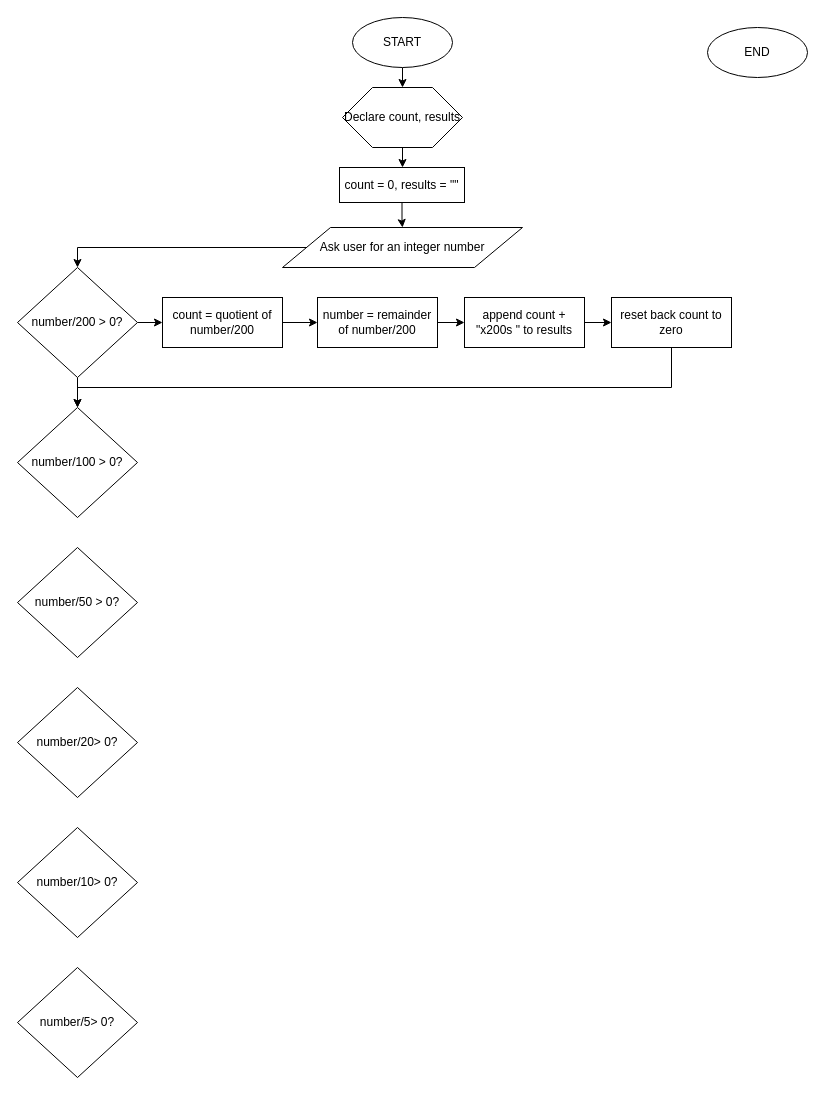
Earlier version of the draw.io diagram Untitled Diagram.drawio (jestoy0514/JestoyProjects). Source tidied: cells renumbered, new cells numbered last; positions are measured from the earlier drawing's top-left corner, leaving out a move shared by most shapes. Both pictures are drawn from the tidied source at 100%, with x=0, y=0 at pixel (17, 17).
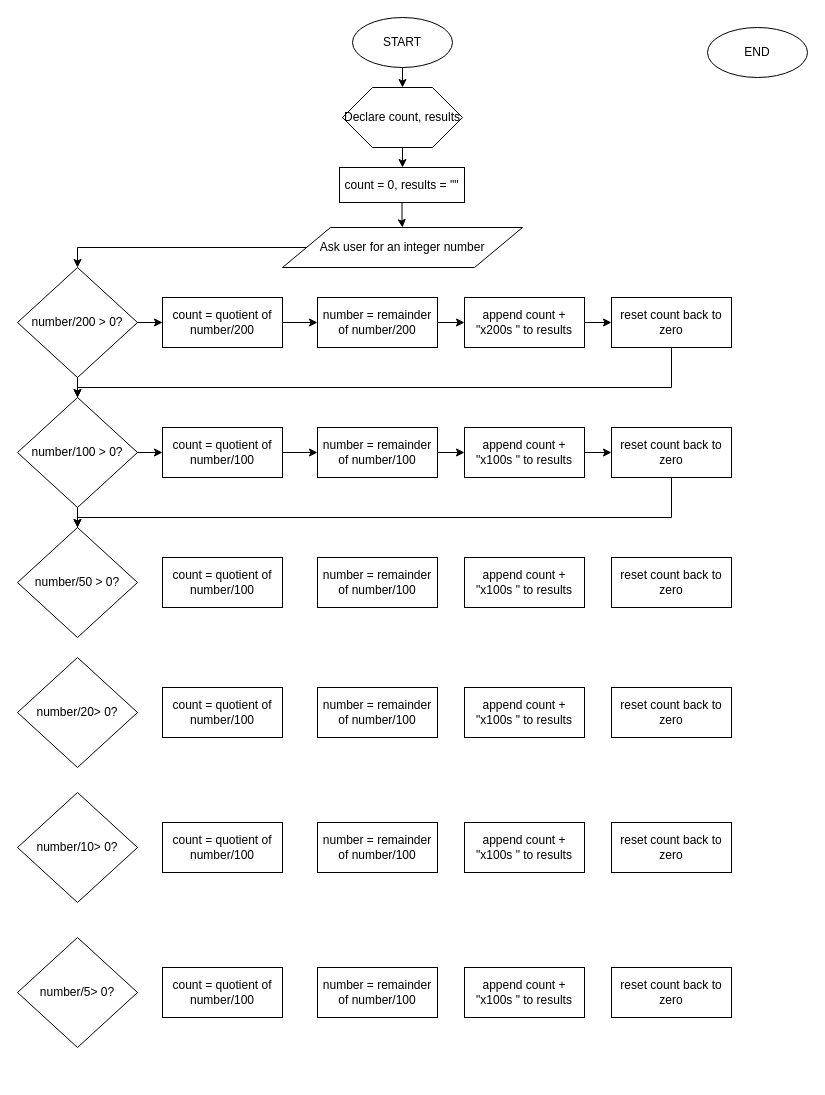
After the change.

The edit, as a diff of the source:
```diff
@@
+    <mxCell id="27" style="edgeStyle=orthogonalEdgeStyle;rounded=0;jettySize=auto;html=1;entryX=0;entryY=0.5;entryDx=0;entryDy=0;" parent="1" edge="1" source="14" target="30">
+      <mxGeometry relative="1" as="geometry" />
+    </mxCell>
+    <mxCell id="28" style="edgeStyle=orthogonalEdgeStyle;rounded=0;jettySize=auto;html=1;entryX=0.5;entryY=0;entryDx=0;entryDy=0;" parent="1" edge="1" source="14" target="15">
+      <mxGeometry relative="1" as="geometry" />
+    </mxCell>
     <mxCell id="14" value="number/100 &amp;gt; 0?" style="rhombus;whiteSpace=wrap;html=1;" parent="1" vertex="1">
-      <mxGeometry y="390" width="120" height="110" as="geometry" />
+      <mxGeometry y="380" width="120" height="110" as="geometry" />
     </mxCell>
     <mxCell id="15" value="number/50 &amp;gt; 0?" style="rhombus;whiteSpace=wrap;html=1;" parent="1" vertex="1">
-      <mxGeometry y="530" width="120" height="110" as="geometry" />
+      <mxGeometry y="510" width="120" height="110" as="geometry" />
     </mxCell>
     <mxCell id="16" value="number/20&amp;gt; 0?" style="rhombus;whiteSpace=wrap;html=1;" parent="1" vertex="1">
-      <mxGeometry y="670" width="120" height="110" as="geometry" />
+      <mxGeometry y="640" width="120" height="110" as="geometry" />
     </mxCell>
     <mxCell id="17" value="number/10&amp;gt; 0?" style="rhombus;whiteSpace=wrap;html=1;" parent="1" vertex="1">
-      <mxGeometry y="810" width="120" height="110" as="geometry" />
+      <mxGeometry y="775" width="120" height="110" as="geometry" />
     </mxCell>
     <mxCell id="18" value="number/5&amp;gt; 0?" style="rhombus;whiteSpace=wrap;html=1;" parent="1" vertex="1">
-      <mxGeometry y="950" width="120" height="110" as="geometry" />
+      <mxGeometry y="920" width="120" height="110" as="geometry" />
     </mxCell>
@@
-    <mxCell id="26" value="reset back count to zero" style="rounded=0;whiteSpace=wrap;html=1;" parent="1" vertex="1">
+    <mxCell id="26" value="reset count back to zero" style="rounded=0;whiteSpace=wrap;html=1;" parent="1" vertex="1">
       <mxGeometry x="594" y="280" width="120" height="50" as="geometry" />
     </mxCell>
+    <mxCell id="29" style="edgeStyle=orthogonalEdgeStyle;rounded=0;jettySize=auto;html=1;entryX=0;entryY=0.5;entryDx=0;entryDy=0;" parent="1" edge="1" source="30" target="32">
+      <mxGeometry relative="1" as="geometry" />
+    </mxCell>
+    <mxCell id="30" value="count = quotient of number/100" style="rounded=0;whiteSpace=wrap;html=1;" parent="1" vertex="1">
+      <mxGeometry x="145" y="410" width="120" height="50" as="geometry" />
+    </mxCell>
+    <mxCell id="31" style="edgeStyle=orthogonalEdgeStyle;rounded=0;jettySize=auto;html=1;entryX=0;entryY=0.5;entryDx=0;entryDy=0;" parent="1" edge="1" source="32" target="34">
+      <mxGeometry relative="1" as="geometry" />
+    </mxCell>
+    <mxCell id="32" value="number = remainder of number/100" style="rounded=0;whiteSpace=wrap;html=1;" parent="1" vertex="1">
+      <mxGeometry x="300" y="410" width="120" height="50" as="geometry" />
+    </mxCell>
+    <mxCell id="33" style="edgeStyle=orthogonalEdgeStyle;rounded=0;jettySize=auto;html=1;entryX=0;entryY=0.5;entryDx=0;entryDy=0;" parent="1" edge="1" source="34" target="36">
+      <mxGeometry relative="1" as="geometry" />
+    </mxCell>
+    <mxCell id="34" value="append count + &quot;x100s &quot; to results" style="rounded=0;whiteSpace=wrap;html=1;" parent="1" vertex="1">
+      <mxGeometry x="447" y="410" width="120" height="50" as="geometry" />
+    </mxCell>
+    <mxCell id="35" style="edgeStyle=orthogonalEdgeStyle;rounded=0;jettySize=auto;html=1;entryX=0.5;entryY=0;entryDx=0;entryDy=0;" parent="1" edge="1" source="36" target="15">
+      <mxGeometry relative="1" as="geometry">
+        <Array as="points">
+          <mxPoint x="654" y="500" />
+          <mxPoint x="60" y="500" />
+        </Array>
+      </mxGeometry>
+    </mxCell>
+    <mxCell id="36" value="reset count back to zero" style="rounded=0;whiteSpace=wrap;html=1;" parent="1" vertex="1">
+      <mxGeometry x="594" y="410" width="120" height="50" as="geometry" />
+    </mxCell>
+    <mxCell id="37" value="count = quotient of number/100" style="rounded=0;whiteSpace=wrap;html=1;" parent="1" vertex="1">
+      <mxGeometry x="145" y="540" width="120" height="50" as="geometry" />
+    </mxCell>
+    <mxCell id="38" value="number = remainder of number/100" style="rounded=0;whiteSpace=wrap;html=1;" parent="1" vertex="1">
+      <mxGeometry x="300" y="540" width="120" height="50" as="geometry" />
+    </mxCell>
+    <mxCell id="39" value="append count + &quot;x100s &quot; to results" style="rounded=0;whiteSpace=wrap;html=1;" parent="1" vertex="1">
+      <mxGeometry x="447" y="540" width="120" height="50" as="geometry" />
+    </mxCell>
+    <mxCell id="40" value="reset count back to zero" style="rounded=0;whiteSpace=wrap;html=1;" parent="1" vertex="1">
+      <mxGeometry x="594" y="540" width="120" height="50" as="geometry" />
+    </mxCell>
+    <mxCell id="41" value="count = quotient of number/100" style="rounded=0;whiteSpace=wrap;html=1;" parent="1" vertex="1">
+      <mxGeometry x="145" y="670" width="120" height="50" as="geometry" />
+    </mxCell>
+    <mxCell id="42" value="number = remainder of number/100" style="rounded=0;whiteSpace=wrap;html=1;" parent="1" vertex="1">
+      <mxGeometry x="300" y="670" width="120" height="50" as="geometry" />
+    </mxCell>
+    <mxCell id="43" value="append count + &quot;x100s &quot; to results" style="rounded=0;whiteSpace=wrap;html=1;" parent="1" vertex="1">
+      <mxGeometry x="447" y="670" width="120" height="50" as="geometry" />
+    </mxCell>
+    <mxCell id="44" value="reset count back to zero" style="rounded=0;whiteSpace=wrap;html=1;" parent="1" vertex="1">
+      <mxGeometry x="594" y="670" width="120" height="50" as="geometry" />
+    </mxCell>
+    <mxCell id="45" value="count = quotient of number/100" style="rounded=0;whiteSpace=wrap;html=1;" parent="1" vertex="1">
+      <mxGeometry x="145" y="805" width="120" height="50" as="geometry" />
+    </mxCell>
+    <mxCell id="46" value="number = remainder of number/100" style="rounded=0;whiteSpace=wrap;html=1;" parent="1" vertex="1">
+      <mxGeometry x="300" y="805" width="120" height="50" as="geometry" />
+    </mxCell>
+    <mxCell id="47" value="append count + &quot;x100s &quot; to results" style="rounded=0;whiteSpace=wrap;html=1;" parent="1" vertex="1">
+      <mxGeometry x="447" y="805" width="120" height="50" as="geometry" />
+    </mxCell>
+    <mxCell id="48" value="reset count back to zero" style="rounded=0;whiteSpace=wrap;html=1;" parent="1" vertex="1">
+      <mxGeometry x="594" y="805" width="120" height="50" as="geometry" />
+    </mxCell>
+    <mxCell id="49" value="count = quotient of number/100" style="rounded=0;whiteSpace=wrap;html=1;" parent="1" vertex="1">
+      <mxGeometry x="145" y="950" width="120" height="50" as="geometry" />
+    </mxCell>
+    <mxCell id="50" value="number = remainder of number/100" style="rounded=0;whiteSpace=wrap;html=1;" parent="1" vertex="1">
+      <mxGeometry x="300" y="950" width="120" height="50" as="geometry" />
+    </mxCell>
+    <mxCell id="51" value="append count + &quot;x100s &quot; to results" style="rounded=0;whiteSpace=wrap;html=1;" parent="1" vertex="1">
+      <mxGeometry x="447" y="950" width="120" height="50" as="geometry" />
+    </mxCell>
+    <mxCell id="52" value="reset count back to zero" style="rounded=0;whiteSpace=wrap;html=1;" parent="1" vertex="1">
+      <mxGeometry x="594" y="950" width="120" height="50" as="geometry" />
+    </mxCell>
```
